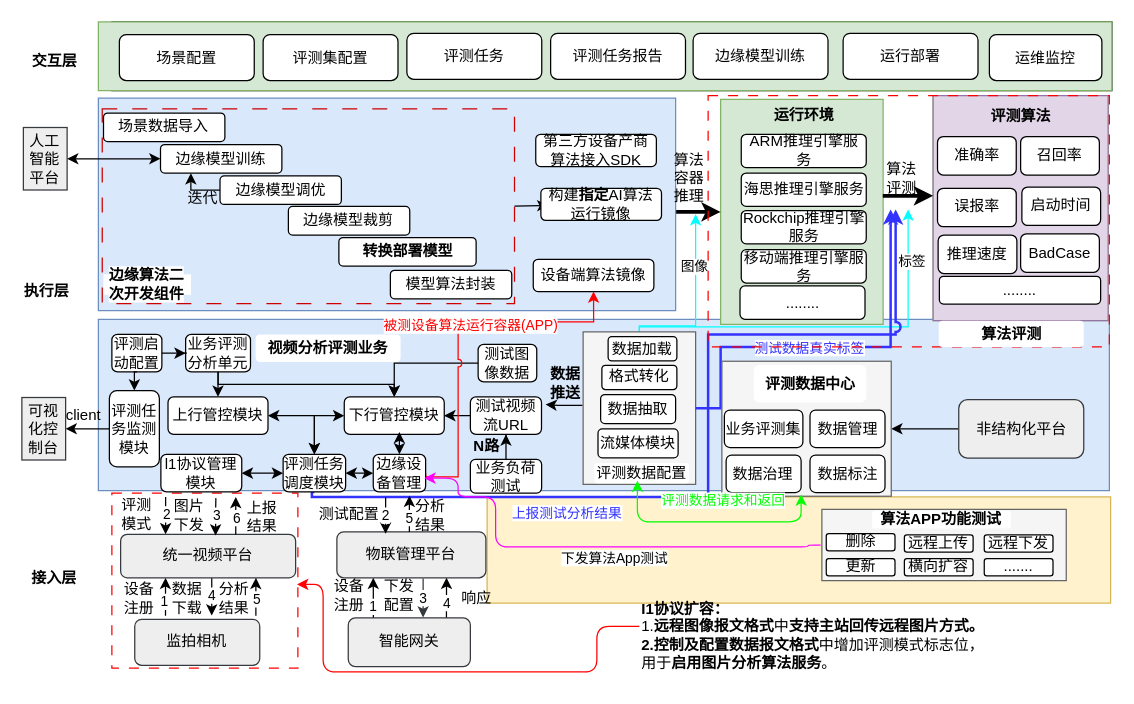
Earlier version of the draw.io diagram 验证实验评测平台2.0-详细概要.drawio (paleblackless/diagrams). Source tidied: cells renumbered, new cells numbered last; positions are measured from the earlier drawing's top-left corner, leaving out a move shared by most shapes. Both pictures are drawn from the tidied source at 125%, with x=0, y=0 at pixel (21, 21).
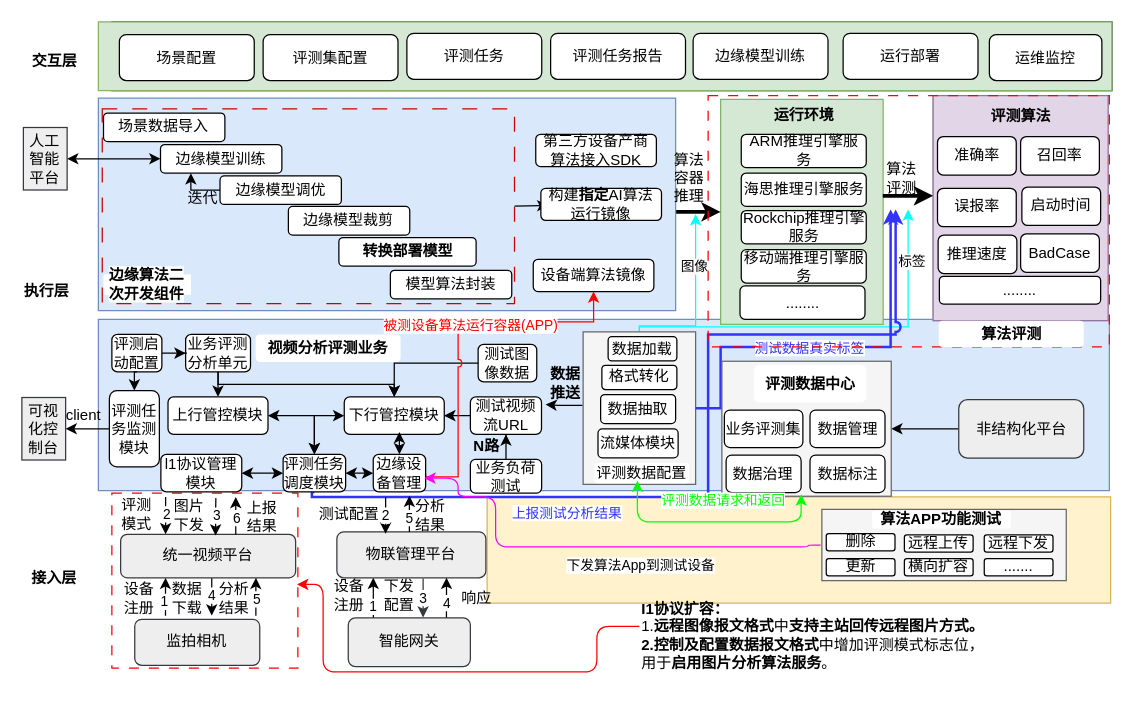
The same page after the edit.

Commit message (it also covers changes not shown here):
Update 验证实验评测平台2.0-详细概要.drawio

Unchanged cells that the change refers to:
```xml
<mxCell id="166" style="edgeStyle=orthogonalEdgeStyle;rounded=1;orthogonalLoop=1;jettySize=auto;html=1;exitX=1;exitY=0.5;exitDx=0;exitDy=0;entryX=0;entryY=0.5;entryDx=0;entryDy=0;strokeColor=#FF00FF;startArrow=classic;startFill=1;endArrow=none;endFill=0;" parent="1" edge="1">
  <mxGeometry relative="1" as="geometry">
    <mxPoint x="322" y="365" as="sourcePoint" />
    <mxPoint x="639" y="418.5" as="targetPoint" />
    <Array as="points">
      <mxPoint x="349" y="365" />
      <mxPoint x="349" y="380" />
      <mxPoint x="379" y="380" />
      <mxPoint x="379" y="420" />
      <mxPoint x="629" y="420" />
      <mxPoint x="629" y="419" />
    </Array>
  </mxGeometry>
</mxCell>
```

Diff of the diagram source:
```diff
@@
-    <mxCell id="167" value="下发算法App测试" style="edgeLabel;html=1;align=center;verticalAlign=middle;" parent="166" vertex="1">
+    <mxCell id="167" value="下发算法App到测试设备" style="edgeLabel;html=1;align=center;verticalAlign=middle;" parent="166" vertex="1">
       <mxGeometry x="0.38" relative="1" as="geometry">
-        <mxPoint x="-52" y="8" as="offset" />
+        <mxPoint x="-31" y="14" as="offset" />
       </mxGeometry>
     </mxCell>
```
